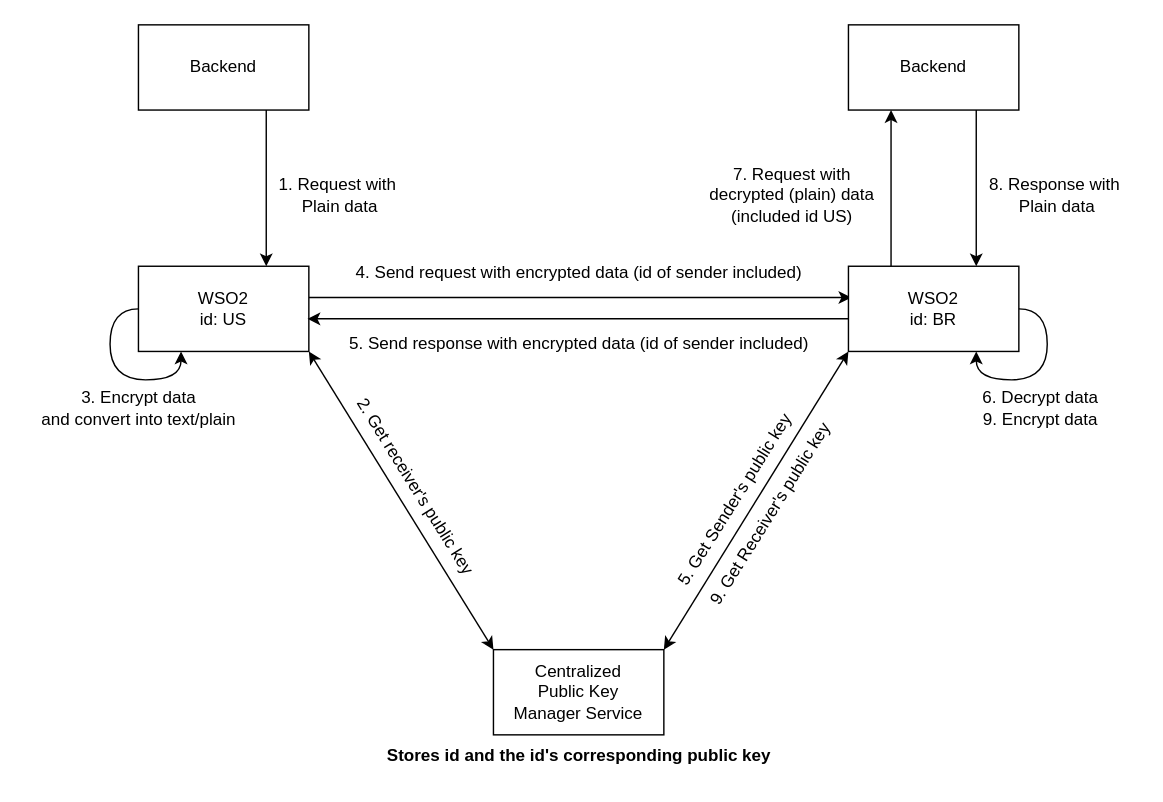
The draw.io diagram page "Centralized public key" (1 of 2) of test.drawio in tenmo2003/OOAD, before the edit. Source tidied: cells renumbered, new cells numbered last; positions are measured from the earlier drawing's top-left corner, leaving out a move shared by most shapes. Both pictures are drawn from the tidied source at 142%, with x=0, y=0 at pixel (24, 24).
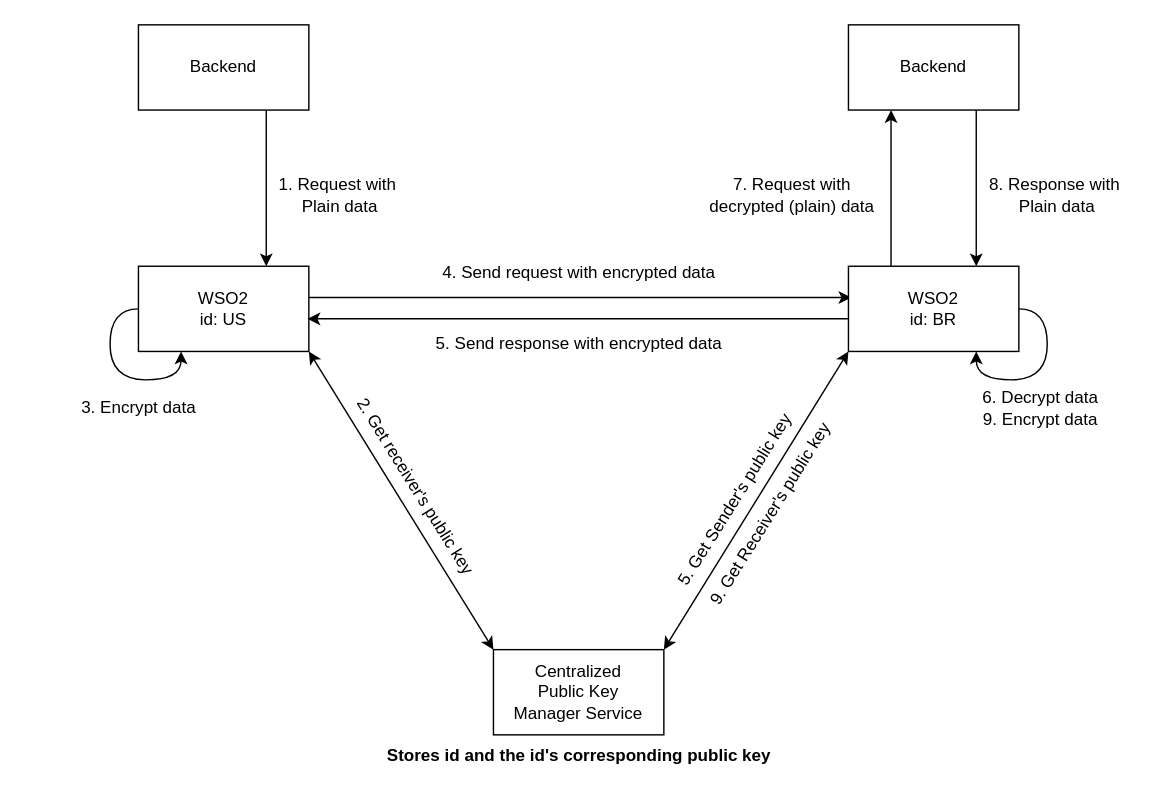
After the change.

The edit, as a diff of the source:
```diff
@@
-    <mxCell id="16" value="&lt;span id=&quot;selected_text&quot;&gt;&lt;/span&gt;&lt;span id=&quot;selected_text&quot;&gt;&lt;/span&gt;&lt;span id=&quot;selected_text&quot;&gt;&lt;/span&gt;&lt;span id=&quot;selected_text&quot;&gt;&lt;/span&gt;&lt;span id=&quot;selected_text&quot;&gt;&lt;/span&gt;3. Encrypt data&lt;br&gt;and convert into text/plain" style="text;html=1;align=center;verticalAlign=middle;strokeColor=none;fillColor=none;" parent="1" vertex="1">
-      <mxGeometry y="250" width="160" height="40" as="geometry" />
+    <mxCell id="16" value="&lt;span id=&quot;selected_text&quot;&gt;&lt;/span&gt;&lt;span id=&quot;selected_text&quot;&gt;&lt;/span&gt;&lt;span id=&quot;selected_text&quot;&gt;&lt;/span&gt;&lt;span id=&quot;selected_text&quot;&gt;&lt;/span&gt;&lt;span id=&quot;selected_text&quot;&gt;&lt;/span&gt;3. Encrypt data" style="text;html=1;align=center;verticalAlign=middle;strokeColor=none;fillColor=none;" parent="1" vertex="1">
+      <mxGeometry x="30" y="255" width="100" height="30" as="geometry" />
     </mxCell>
-    <mxCell id="17" value="&lt;span id=&quot;selected_text&quot;&gt;&lt;/span&gt;4. Send request with encrypted data (id of sender included)" style="text;html=1;align=center;verticalAlign=middle;strokeColor=none;fillColor=none;" parent="1" vertex="1">
-      <mxGeometry x="220" y="160" width="340" height="30" as="geometry" />
+    <mxCell id="17" value="&lt;span id=&quot;selected_text&quot;&gt;&lt;/span&gt;4. Send request with encrypted data" style="text;html=1;align=center;verticalAlign=middle;strokeColor=none;fillColor=none;" parent="1" vertex="1">
+      <mxGeometry x="280" y="160" width="220" height="30" as="geometry" />
     </mxCell>
@@
-    <mxCell id="19" value="&lt;span id=&quot;selected_text&quot;&gt;&lt;/span&gt;&lt;span id=&quot;selected_text&quot;&gt;&lt;/span&gt;&lt;span id=&quot;selected_text&quot;&gt;&lt;/span&gt;&lt;span id=&quot;selected_text&quot;&gt;&lt;/span&gt;&lt;span id=&quot;selected_text&quot;&gt;&lt;/span&gt;&lt;span id=&quot;selected_text&quot;&gt;&lt;/span&gt;&lt;span id=&quot;selected_text&quot;&gt;&lt;/span&gt;&lt;span id=&quot;selected_text&quot;&gt;&lt;/span&gt;&lt;span id=&quot;selected_text&quot;&gt;&lt;/span&gt;&lt;span id=&quot;selected_text&quot;&gt;&lt;/span&gt;&lt;span id=&quot;selected_text&quot;&gt;&lt;/span&gt;&lt;span id=&quot;selected_text&quot;&gt;&lt;/span&gt;&lt;span id=&quot;selected_text&quot;&gt;&lt;/span&gt;&lt;span id=&quot;selected_text&quot;&gt;&lt;/span&gt;&lt;span id=&quot;selected_text&quot;&gt;&lt;/span&gt;&lt;span id=&quot;selected_text&quot;&gt;&lt;/span&gt;&lt;span id=&quot;selected_text&quot;&gt;&lt;/span&gt;5. Send &lt;span id=&quot;selected_text&quot;&gt;&lt;/span&gt;response with encrypted data (id of &lt;span id=&quot;selected_text&quot;&gt;&lt;/span&gt;sender included)" style="text;html=1;align=center;verticalAlign=middle;strokeColor=none;fillColor=none;" parent="1" vertex="1">
-      <mxGeometry x="215" y="210" width="350" height="30" as="geometry" />
+    <mxCell id="19" value="&lt;span id=&quot;selected_text&quot;&gt;&lt;/span&gt;&lt;span id=&quot;selected_text&quot;&gt;&lt;/span&gt;&lt;span id=&quot;selected_text&quot;&gt;&lt;/span&gt;&lt;span id=&quot;selected_text&quot;&gt;&lt;/span&gt;&lt;span id=&quot;selected_text&quot;&gt;&lt;/span&gt;&lt;span id=&quot;selected_text&quot;&gt;&lt;/span&gt;&lt;span id=&quot;selected_text&quot;&gt;&lt;/span&gt;&lt;span id=&quot;selected_text&quot;&gt;&lt;/span&gt;&lt;span id=&quot;selected_text&quot;&gt;&lt;/span&gt;&lt;span id=&quot;selected_text&quot;&gt;&lt;/span&gt;&lt;span id=&quot;selected_text&quot;&gt;&lt;/span&gt;&lt;span id=&quot;selected_text&quot;&gt;&lt;/span&gt;&lt;span id=&quot;selected_text&quot;&gt;&lt;/span&gt;&lt;span id=&quot;selected_text&quot;&gt;&lt;/span&gt;&lt;span id=&quot;selected_text&quot;&gt;&lt;/span&gt;&lt;span id=&quot;selected_text&quot;&gt;&lt;/span&gt;&lt;span id=&quot;selected_text&quot;&gt;&lt;/span&gt;5. Send &lt;span id=&quot;selected_text&quot;&gt;&lt;/span&gt;response with encrypted data" style="text;html=1;align=center;verticalAlign=middle;strokeColor=none;fillColor=none;" parent="1" vertex="1">
+      <mxGeometry x="280" y="210" width="220" height="30" as="geometry" />
     </mxCell>
@@
-    <mxCell id="24" value="&lt;span id=&quot;selected_text&quot;&gt;&lt;/span&gt;&lt;span id=&quot;selected_text&quot;&gt;&lt;/span&gt;&lt;span id=&quot;selected_text&quot;&gt;&lt;/span&gt;&lt;span id=&quot;selected_text&quot;&gt;&lt;/span&gt;&lt;span id=&quot;selected_text&quot;&gt;&lt;/span&gt;&lt;span id=&quot;selected_text&quot;&gt;&lt;/span&gt;&lt;span id=&quot;selected_text&quot;&gt;&lt;/span&gt;&lt;span id=&quot;selected_text&quot;&gt;&lt;/span&gt;7. Request with&lt;br&gt;&lt;span id=&quot;selected_text&quot;&gt;&lt;/span&gt;decrypted (plain) data&lt;br&gt;(included id US)" style="text;html=1;align=center;verticalAlign=middle;strokeColor=none;fillColor=none;" parent="1" vertex="1">
-      <mxGeometry x="470" y="90" width="140" height="60" as="geometry" />
+    <mxCell id="24" value="&lt;span id=&quot;selected_text&quot;&gt;&lt;/span&gt;&lt;span id=&quot;selected_text&quot;&gt;&lt;/span&gt;&lt;span id=&quot;selected_text&quot;&gt;&lt;/span&gt;&lt;span id=&quot;selected_text&quot;&gt;&lt;/span&gt;&lt;span id=&quot;selected_text&quot;&gt;&lt;/span&gt;&lt;span id=&quot;selected_text&quot;&gt;&lt;/span&gt;&lt;span id=&quot;selected_text&quot;&gt;&lt;/span&gt;&lt;span id=&quot;selected_text&quot;&gt;&lt;/span&gt;7. Request with&lt;br&gt;&lt;span id=&quot;selected_text&quot;&gt;&lt;/span&gt;decrypted (plain) data" style="text;html=1;align=center;verticalAlign=middle;strokeColor=none;fillColor=none;" parent="1" vertex="1">
+      <mxGeometry x="470" y="100" width="140" height="40" as="geometry" />
     </mxCell>
```
